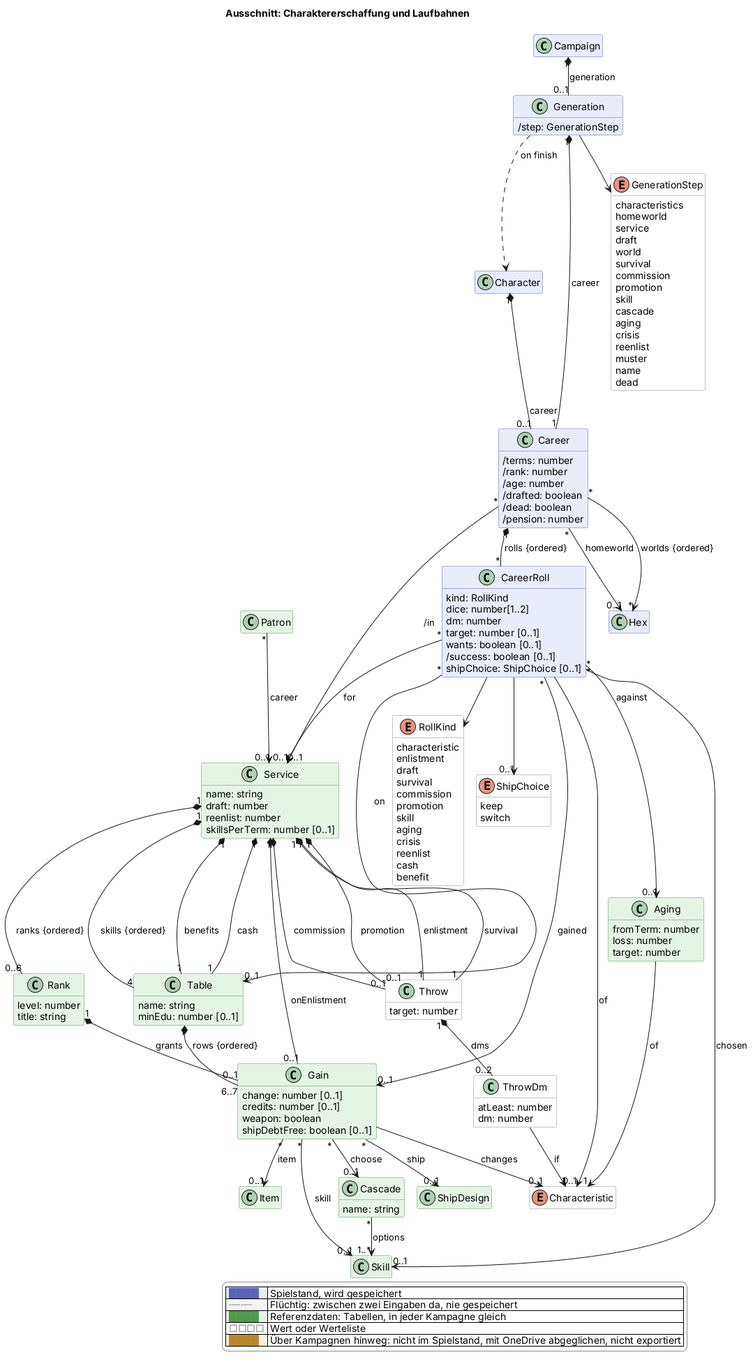
This is docs/views/erschaffung.png from scuzzar/SRE, a PlantUML export, as it was before one commit. Source of this version:
```plantuml
@startuml
!if %not(%variable_exists("$change"))
!$change = "*"
!endif
!function $marked($c)
!return $change == "*" || $change == $c
!endfunction
!function $new($c, $t)
!if $marked($c)
!return "<color:#d0021b><b>" + $t + "</b></color>"
!endif
!return $t
!endfunction
!procedure $gone($c, $t)
!if $marked($c)
<color:#d0021b><s>$t</s></color>
!endif
!endprocedure
!function $newClass($c)
!if $marked($c)
!return "#line:d0021b;line.bold"
!endif
!return ""
!endfunction
!function $newArrow($c)
!if $marked($c)
!return "[#d0021b,bold]"
!endif
!return ""
!endfunction
!function $goneArrow($c)
!if $marked($c)
!return "[#d0021b,dashed]"
!endif
!return ""
!endfunction
!pragma layout smetana
title Ausschnitt: Charaktererschaffung und Laufbahnen
hide empty members
hide methods
skinparam classAttributeIconSize 0
skinparam shadowing false
skinparam packageStyle rectangle
skinparam class {
  BackgroundColor #e8ecfb
  BorderColor #5b64b8
  BackgroundColor<<transient>> #f4f4f4
  BorderColor<<transient>> #8a8a8a
  BackgroundColor<<reference>> #e6f4e6
  BorderColor<<reference>> #4f9a4f
  BackgroundColor<<value>> #ffffff
  BorderColor<<value>> #8a8a8a
  BackgroundColor<<browser>> #fdf1dc
  BorderColor<<browser>> #b8862e
}
skinparam legendBackgroundColor #ffffff
skinparam legendBorderColor #8a8a8a
<style>
classDiagram {
  class {
    .transient {
      LineStyle 5-3
    }
  }
}
</style>
hide <<transient>> stereotype
hide <<reference>> stereotype
hide <<value>> stereotype
hide <<browser>> stereotype

  class Campaign $kampagne
  class Character $charakter

  class ShipDesign <<reference>> $schiffe


  class Generation $erschaffung {
    /step: GenerationStep
  }
  class Career $erschaffung {
    /terms: number
    /rank: number
    /age: number
    /drafted: boolean
    /dead: boolean
    /pension: number
  }
  class CareerRoll $erschaffung {
    kind: RollKind
    dice: number[1..2]
    dm: number
    target: number [0..1]
    wants: boolean [0..1]
    /success: boolean [0..1]
    shipChoice: ShipChoice [0..1]
  }

  class Hex $sektor




  class Patron <<reference>> $begegnung

  class Skill <<reference>> $charakter
  class Service <<reference>> $erschaffung {
    name: string
    draft: number
    reenlist: number
    skillsPerTerm: number [0..1]
  }
  class Throw <<value>> $erschaffung {
    target: number
  }
  class ThrowDm <<value>> $erschaffung {
    atLeast: number
    dm: number
  }
  class Rank <<reference>> $erschaffung {
    level: number
    title: string
  }
  class Table <<reference>> $erschaffung {
    name: string
    minEdu: number [0..1]
  }
  class Gain <<reference>> $erschaffung {
    change: number [0..1]
    credits: number [0..1]
    weapon: boolean
    shipDebtFree: boolean [0..1]
  }
  class Item <<reference>> $shop
  class Cascade <<reference>> $erschaffung {
    name: string
  }
  class Aging <<reference>> $erschaffung {
    fromTerm: number
    loss: number
    target: number
  }
  enum RollKind <<value>> $erschaffung {
    characteristic
    enlistment
    draft
    survival
    commission
    promotion
    skill
    aging
    crisis
    reenlist
    cash
    benefit
  }
  enum ShipChoice <<value>> $erschaffung {
    keep
    switch
  }
  enum GenerationStep <<value>> $erschaffung {
    characteristics
    homeworld
    service
    draft
    world
    survival
    commission
    promotion
    skill
    cascade
    aging
    crisis
    reenlist
    muster
    name
    dead
  }
  enum Characteristic <<value>> $charakter



Gain "*" --> "0..1" ShipDesign : ship


Campaign "1" *-- "0..1" Generation : generation
Generation "1" *-- "1" Career : career
Generation ..> Character : on finish
Generation --> GenerationStep
Character "1" *-- "0..1" Career : career
Career "1" *-- "*" CareerRoll : rolls {ordered}
Career "*" --> "0..1" Service : /in
Career "*" --> "0..1" Hex : homeworld
Career "*" --> "*" Hex : worlds {ordered}
CareerRoll --> RollKind
CareerRoll --> "0..1" ShipChoice
CareerRoll --> "0..1" Characteristic : of
CareerRoll "*" --> "0..1" Service : for
CareerRoll "*" --> "0..1" Table : on
CareerRoll "*" --> "0..1" Gain : gained
CareerRoll "*" --> "0..1" Skill : chosen
CareerRoll "*" --> "0..1" Aging : against

Service "1" *-- "1" Throw : enlistment
Service "1" *-- "1" Throw : survival
Service "1" *-- "0..1" Throw : commission
Service "1" *-- "0..1" Throw : promotion
Throw "1" *-- "0..2" ThrowDm : dms
ThrowDm --> "1" Characteristic : if
Service "1" *-- "0..6" Rank : ranks {ordered}
Service "1" *-- "4" Table : skills {ordered}
Service "1" *-- "1" Table : benefits
Service "1" *-- "1" Table : cash
Service "1" *-- "0..1" Gain : onEnlistment
Rank "1" *-- "0..1" Gain : grants
Table "1" *-- "6..7" Gain : rows {ordered}
Gain "*" --> "0..1" Skill : skill
Gain "*" --> "0..1" Cascade : choose
Gain "*" --> "0..1" Item : item
Gain --> "0..1" Characteristic : changes
Cascade "*" --> "1..*" Skill : options
Aging --> "1" Characteristic : of




Patron "*" --> "0..1" Service : career






legend right
  |<#e8ecfb> <color:#5b64b8>████</color> | Spielstand, wird gespeichert |
  |<#f4f4f4> <color:#8a8a8a>╌╌╌╌</color> | Flüchtig: zwischen zwei Eingaben da, nie gespeichert |
  |<#e6f4e6> <color:#4f9a4f>████</color> | Referenzdaten: Tabellen, in jeder Kampagne gleich |
  |<#ffffff> <color:#8a8a8a>□□□□</color> | Wert oder Werteliste |
  |<#fdf1dc> <color:#b8862e>████</color> | Über Kampagnen hinweg: nicht im Spielstand, mit OneDrive abgeglichen, nicht exportiert |
endlegend
@enduml
```
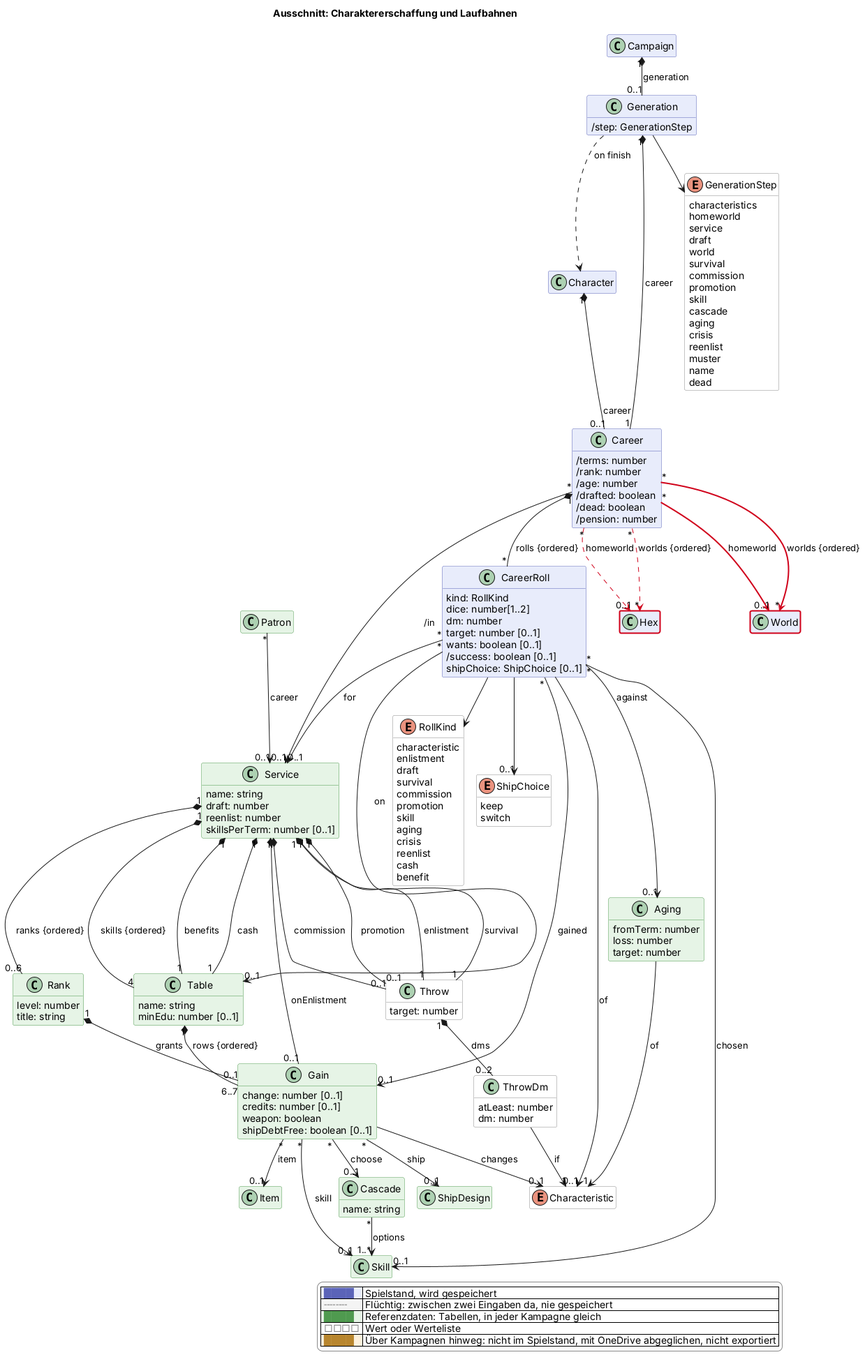
The same file after the commit.

Diff of the diagram source:
```diff
@@ -97,6 +97,7 @@
   }
 
   class Hex $sektor
+  class World $sektor $newClass("2026-11-20b")
 
 
 
@@ -190,8 +191,10 @@
 Character "1" *-- "0..1" Career : career
 Career "1" *-- "*" CareerRoll : rolls {ordered}
 Career "*" --> "0..1" Service : /in
-Career "*" --> "0..1" Hex : homeworld
-Career "*" --> "*" Hex : worlds {ordered}
+Career "*" -$goneArrow("2026-11-20b")-> "0..1" Hex : homeworld
+Career "*" -$newArrow("2026-11-20b")-> "0..1" World : homeworld
+Career "*" -$goneArrow("2026-11-20b")-> "*" Hex : worlds {ordered}
+Career "*" -$newArrow("2026-11-20b")-> "*" World : worlds {ordered}
 CareerRoll --> RollKind
 CareerRoll --> "0..1" ShipChoice
 CareerRoll --> "0..1" Characteristic : of
@@ -238,4 +241,5 @@
   |<#ffffff> <color:#8a8a8a>□□□□</color> | Wert oder Werteliste |
   |<#fdf1dc> <color:#b8862e>████</color> | Über Kampagnen hinweg: nicht im Spielstand, mit OneDrive abgeglichen, nicht exportiert |
 endlegend
+class Hex #line:d0021b;line.bold
 @enduml
```
